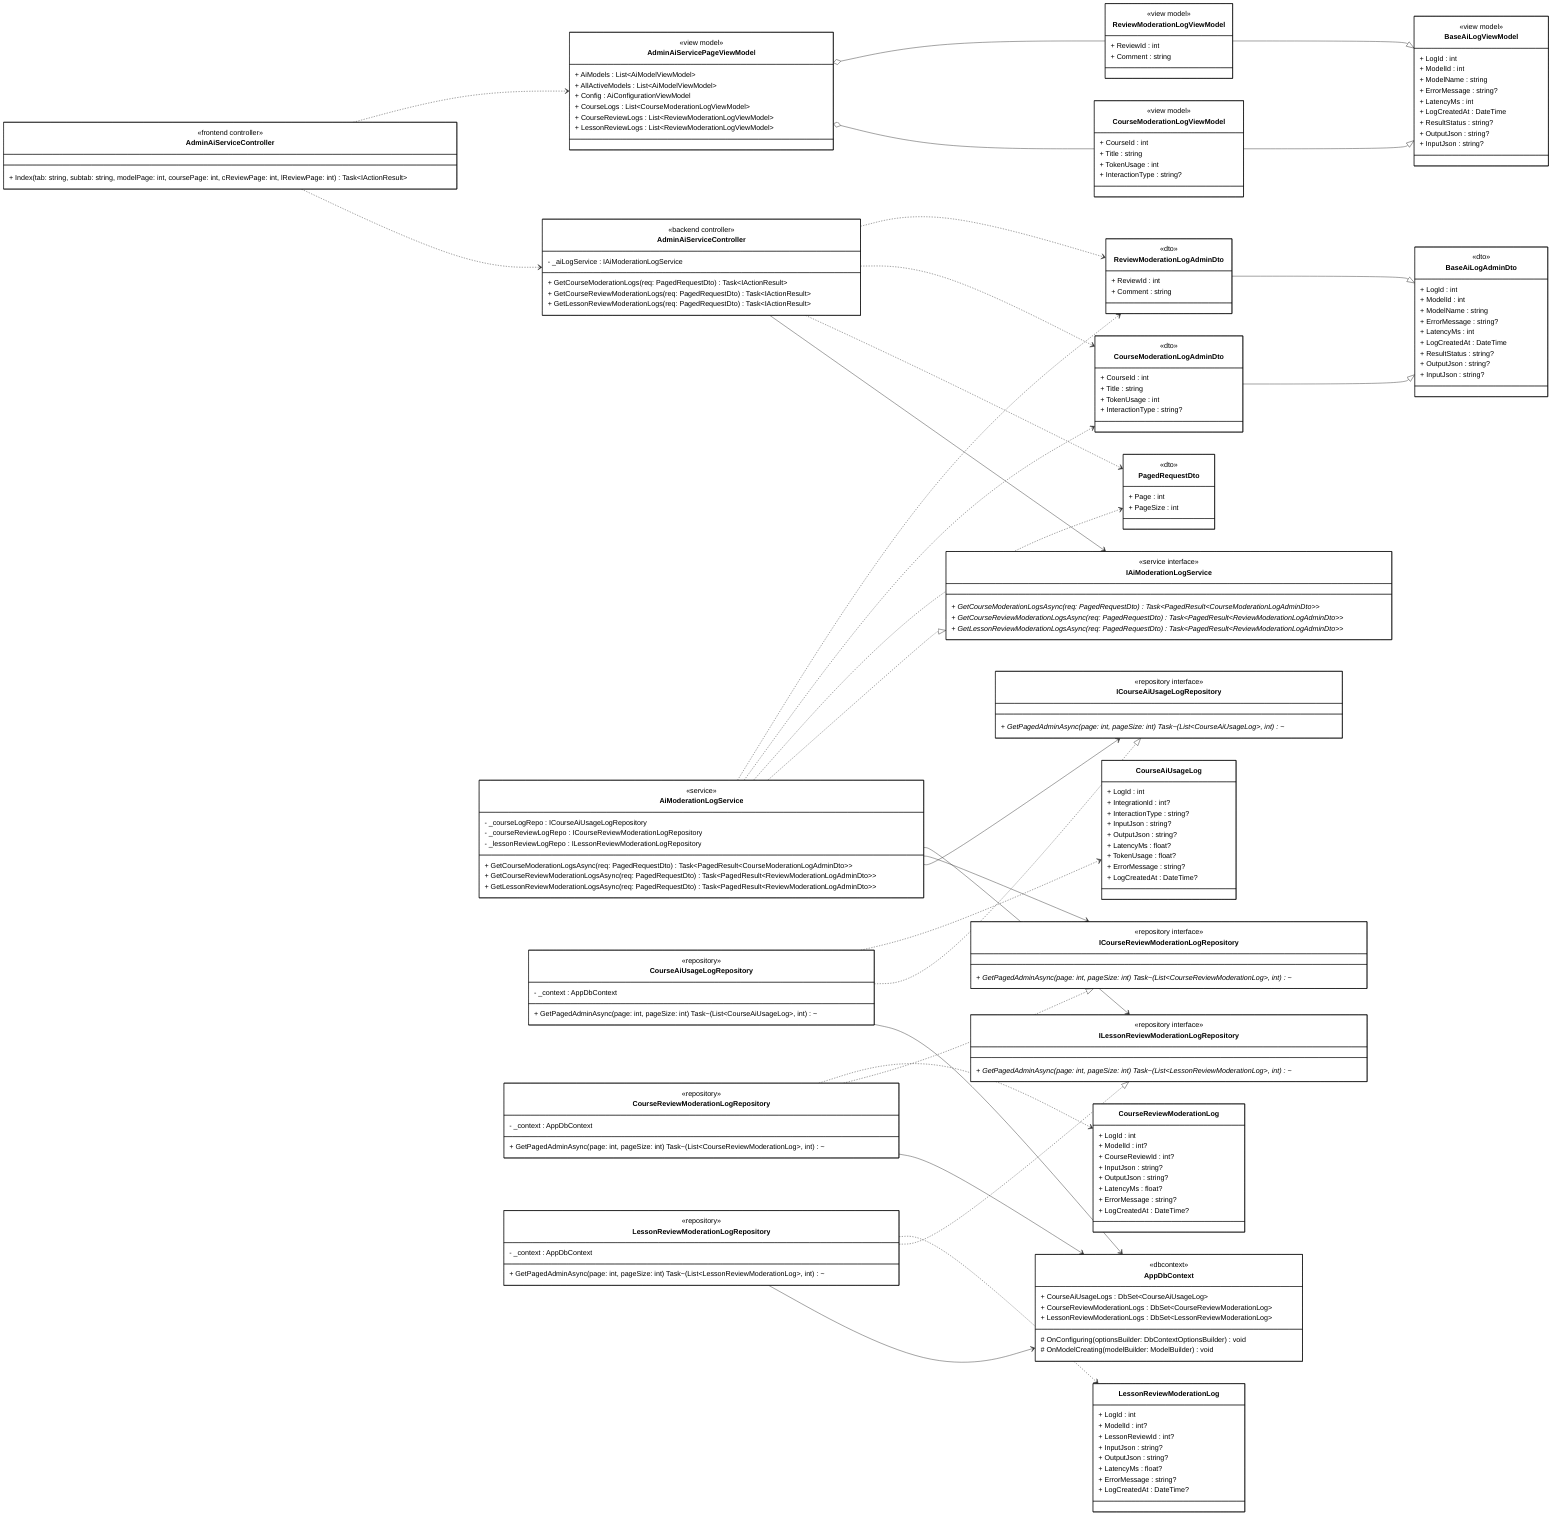
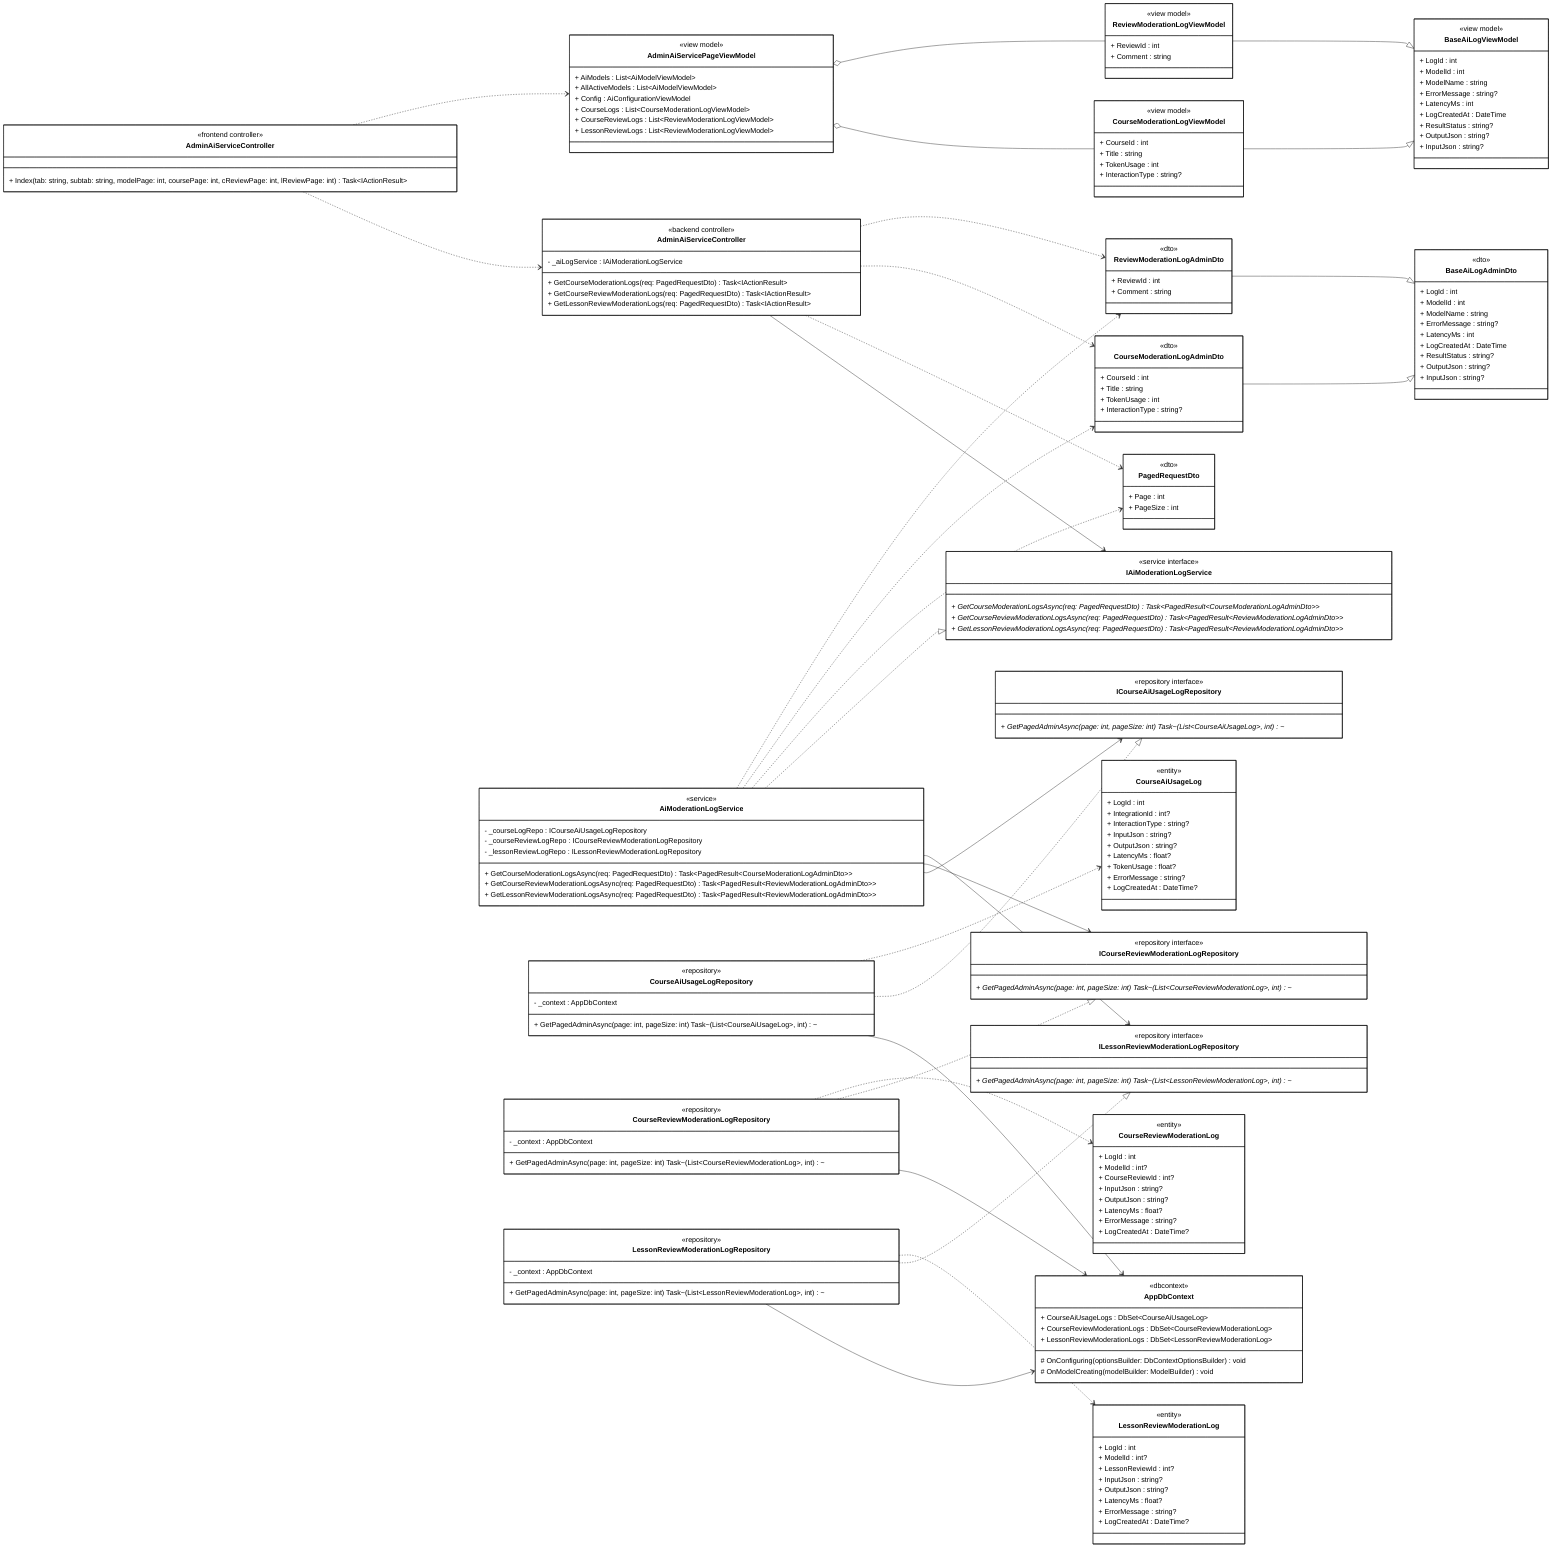
classDiagram
direction LR

%% ==================== FRONTEND ====================

class AdminAiServiceControllerFE["AdminAiServiceController"] {
    <<frontend controller>>
    + Index(tab: string, subtab: string, modelPage: int, coursePage: int, cReviewPage: int, lReviewPage: int) Task~IActionResult~
}

class AdminAiServicePageViewModel {
    <<view model>>
    + AiModels : List~AiModelViewModel~
    + AllActiveModels : List~AiModelViewModel~
    + Config : AiConfigurationViewModel
    + CourseLogs : List~CourseModerationLogViewModel~
    + CourseReviewLogs : List~ReviewModerationLogViewModel~
    + LessonReviewLogs : List~ReviewModerationLogViewModel~
}

class BaseAiLogViewModel {
    <<view model>>
    + LogId : int
    + ModelId : int
    + ModelName : string
    + ErrorMessage : string?
    + LatencyMs : int
    + LogCreatedAt : DateTime
    + ResultStatus : string?
    + OutputJson : string?
    + InputJson : string?
}

class CourseModerationLogViewModel {
    <<view model>>
    + CourseId : int
    + Title : string
    + TokenUsage : int
    + InteractionType : string?
}

class ReviewModerationLogViewModel {
    <<view model>>
    + ReviewId : int
    + Comment : string
}

%% ==================== BACKEND - CONTROLLER ====================

class AdminAiServiceControllerBE["AdminAiServiceController"] {
    <<backend controller>>
    - _aiLogService : IAiModerationLogService

    + GetCourseModerationLogs(req: PagedRequestDto) Task~IActionResult~
    + GetCourseReviewModerationLogs(req: PagedRequestDto) Task~IActionResult~
    + GetLessonReviewModerationLogs(req: PagedRequestDto) Task~IActionResult~
}

%% ==================== BACKEND - DTOs ====================

class PagedRequestDto {
    <<dto>>
    + Page : int
    + PageSize : int
}

class BaseAiLogAdminDto {
    <<dto>>
    + LogId : int
    + ModelId : int
    + ModelName : string
    + ErrorMessage : string?
    + LatencyMs : int
    + LogCreatedAt : DateTime
    + ResultStatus : string?
    + OutputJson : string?
    + InputJson : string?
}

class CourseModerationLogAdminDto {
    <<dto>>
    + CourseId : int
    + Title : string
    + TokenUsage : int
    + InteractionType : string?
}

class ReviewModerationLogAdminDto {
    <<dto>>
    + ReviewId : int
    + Comment : string
}

%% ==================== BACKEND - DOMAIN ENTITIES ====================

class CourseAiUsageLog {
+     <<entity>>
    + LogId : int
    + IntegrationId : int?
    + InteractionType : string?
    + InputJson : string?
    + OutputJson : string?
    + LatencyMs : float?
    + TokenUsage : float?
    + ErrorMessage : string?
    + LogCreatedAt : DateTime?
}

class CourseReviewModerationLog {
+     <<entity>>
    + LogId : int
    + ModelId : int?
    + CourseReviewId : int?
    + InputJson : string?
    + OutputJson : string?
    + LatencyMs : float?
    + ErrorMessage : string?
    + LogCreatedAt : DateTime?
}

class LessonReviewModerationLog {
+     <<entity>>
    + LogId : int
    + ModelId : int?
    + LessonReviewId : int?
    + InputJson : string?
    + OutputJson : string?
    + LatencyMs : float?
    + ErrorMessage : string?
    + LogCreatedAt : DateTime?
}

%% ==================== BACKEND - SERVICE INTERFACES ====================

class IAiModerationLogService {
    <<service interface>>
    + GetCourseModerationLogsAsync(req: PagedRequestDto) Task~PagedResult~CourseModerationLogAdminDto~~ *
    + GetCourseReviewModerationLogsAsync(req: PagedRequestDto) Task~PagedResult~ReviewModerationLogAdminDto~~ *
    + GetLessonReviewModerationLogsAsync(req: PagedRequestDto) Task~PagedResult~ReviewModerationLogAdminDto~~ *
}

class ICourseAiUsageLogRepository {
    <<repository interface>>
    + GetPagedAdminAsync(page: int, pageSize: int) Task~(List~CourseAiUsageLog~, int)~ *
}

class ICourseReviewModerationLogRepository {
    <<repository interface>>
    + GetPagedAdminAsync(page: int, pageSize: int) Task~(List~CourseReviewModerationLog~, int)~ *
}

class ILessonReviewModerationLogRepository {
    <<repository interface>>
    + GetPagedAdminAsync(page: int, pageSize: int) Task~(List~LessonReviewModerationLog~, int)~ *
}

%% ==================== BACKEND - SERVICE IMPLEMENTATION ====================

class AiModerationLogService {
    <<service>>
    - _courseLogRepo : ICourseAiUsageLogRepository
    - _courseReviewLogRepo : ICourseReviewModerationLogRepository
    - _lessonReviewLogRepo : ILessonReviewModerationLogRepository

    + GetCourseModerationLogsAsync(req: PagedRequestDto) Task~PagedResult~CourseModerationLogAdminDto~~
    + GetCourseReviewModerationLogsAsync(req: PagedRequestDto) Task~PagedResult~ReviewModerationLogAdminDto~~
    + GetLessonReviewModerationLogsAsync(req: PagedRequestDto) Task~PagedResult~ReviewModerationLogAdminDto~~
}

%% ==================== BACKEND - REPOSITORY IMPLEMENTATION ====================

class CourseAiUsageLogRepository {
    <<repository>>
    - _context : AppDbContext
    + GetPagedAdminAsync(page: int, pageSize: int) Task~(List~CourseAiUsageLog~, int)~
}

class CourseReviewModerationLogRepository {
    <<repository>>
    - _context : AppDbContext
    + GetPagedAdminAsync(page: int, pageSize: int) Task~(List~CourseReviewModerationLog~, int)~
}

class LessonReviewModerationLogRepository {
    <<repository>>
    - _context : AppDbContext
    + GetPagedAdminAsync(page: int, pageSize: int) Task~(List~LessonReviewModerationLog~, int)~
}

%% ==================== BACKEND - DbContext ====================

class AppDbContext {
    <<dbcontext>>
    + CourseAiUsageLogs : DbSet~CourseAiUsageLog~
    + CourseReviewModerationLogs : DbSet~CourseReviewModerationLog~
    + LessonReviewModerationLogs : DbSet~LessonReviewModerationLog~

    # OnConfiguring(optionsBuilder: DbContextOptionsBuilder) void
    # OnModelCreating(modelBuilder: ModelBuilder) void
}

%% ==================== RELATIONSHIPS ====================

%% === INHERITANCE (solid line with hollow arrow) ===
CourseModerationLogViewModel --|> BaseAiLogViewModel
ReviewModerationLogViewModel --|> BaseAiLogViewModel
CourseModerationLogAdminDto --|> BaseAiLogAdminDto
ReviewModerationLogAdminDto --|> BaseAiLogAdminDto

%% === UNIDIRECTIONAL ASSOCIATION (solid arrow) ===
AdminAiServiceControllerBE --> IAiModerationLogService
AiModerationLogService --> ICourseAiUsageLogRepository
AiModerationLogService --> ICourseReviewModerationLogRepository
AiModerationLogService --> ILessonReviewModerationLogRepository

CourseAiUsageLogRepository --> AppDbContext
CourseReviewModerationLogRepository --> AppDbContext
LessonReviewModerationLogRepository --> AppDbContext

%% === AGGREGATION ===
AdminAiServicePageViewModel o-- CourseModerationLogViewModel
AdminAiServicePageViewModel o-- ReviewModerationLogViewModel


%% === INTERFACE REALIZATION ===
AiModerationLogService ..|> IAiModerationLogService
CourseAiUsageLogRepository ..|> ICourseAiUsageLogRepository
CourseReviewModerationLogRepository ..|> ICourseReviewModerationLogRepository
LessonReviewModerationLogRepository ..|> ILessonReviewModerationLogRepository

%% === DEPENDENCY (dashed arrows) ===
AdminAiServiceControllerFE ..> AdminAiServiceControllerBE
AdminAiServiceControllerFE ..> AdminAiServicePageViewModel

AdminAiServiceControllerBE ..> PagedRequestDto
AdminAiServiceControllerBE ..> CourseModerationLogAdminDto
AdminAiServiceControllerBE ..> ReviewModerationLogAdminDto

AiModerationLogService ..> PagedRequestDto
AiModerationLogService ..> CourseModerationLogAdminDto
AiModerationLogService ..> ReviewModerationLogAdminDto

CourseAiUsageLogRepository ..> CourseAiUsageLog
CourseReviewModerationLogRepository ..> CourseReviewModerationLog
LessonReviewModerationLogRepository ..> LessonReviewModerationLog

%% ==================== STYLES ====================

classDef default fill:#FFFFFF,stroke:#000000,stroke-width:1px,color:#000000
